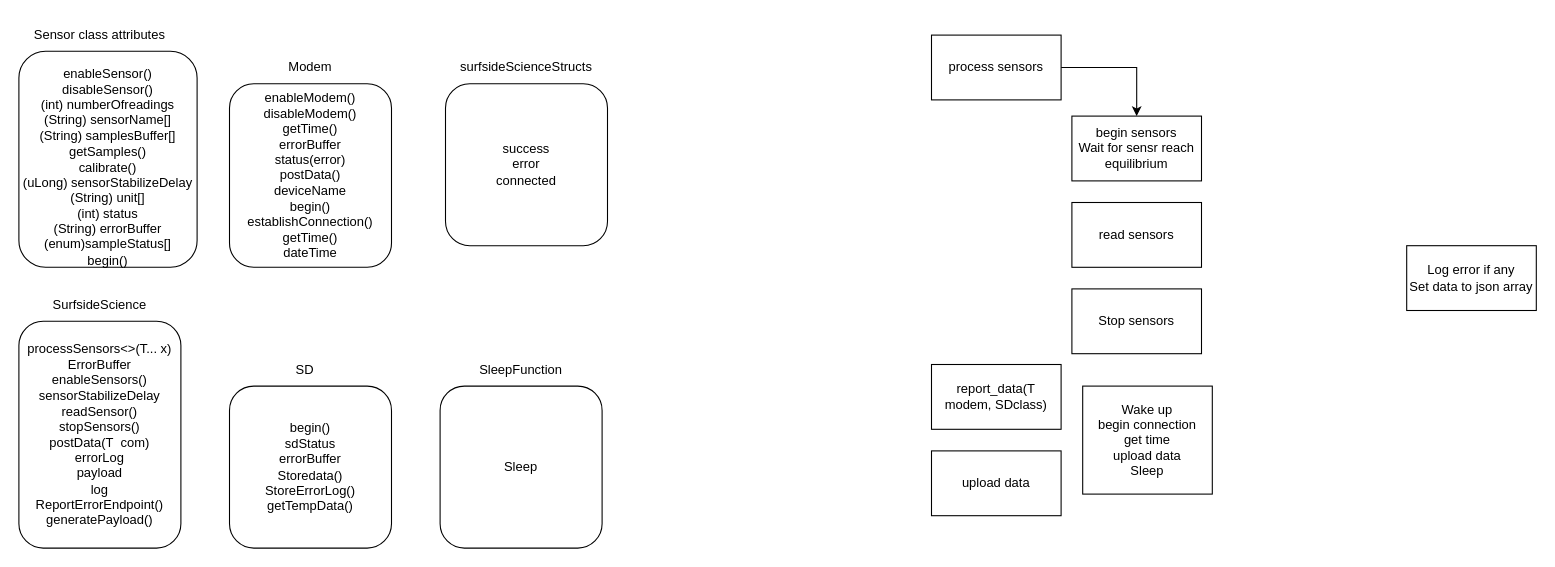
Before: page "template approach" (8 of 8) of docs/Software architecture.drawio in brenchies/SurfsideSensors, a draw.io diagram. Source tidied: cells renumbered, new cells numbered last; positions are measured from the earlier drawing's top-left corner, leaving out a move shared by most shapes. Both pictures are drawn from the tidied source at 108%, with x=0, y=0 at pixel (18, 18).
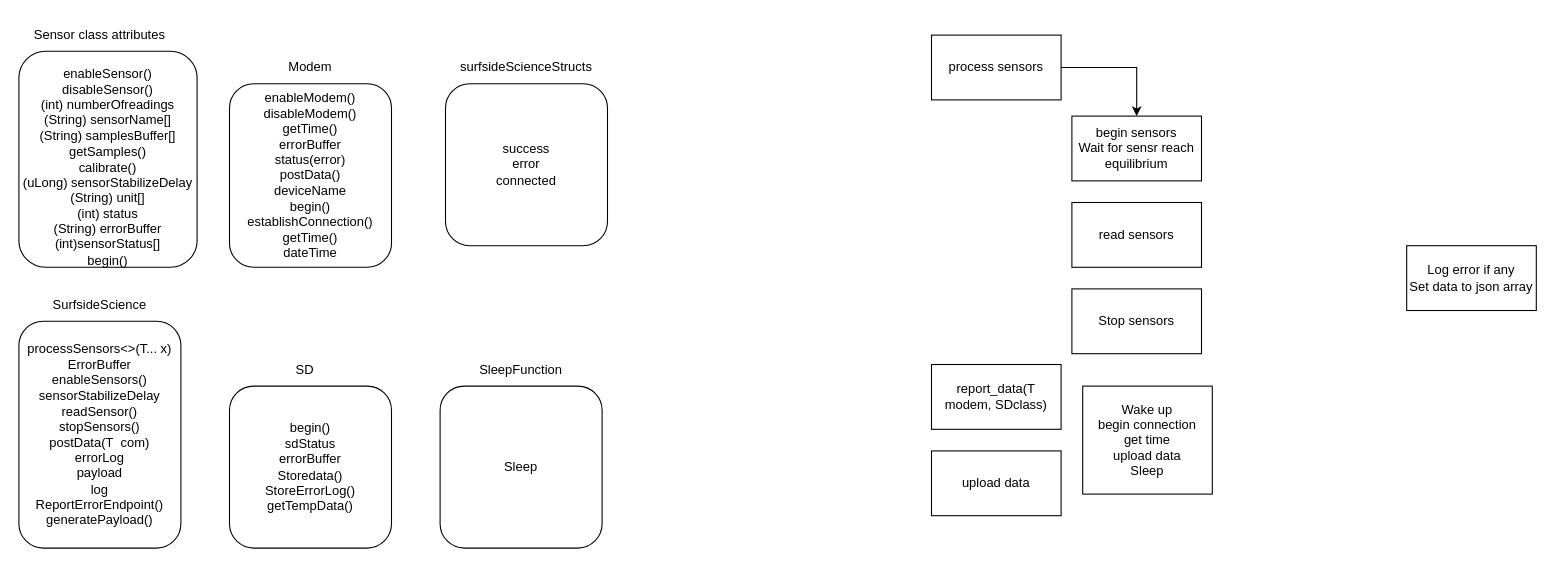
The same page after the edit.

What changed in the source:
```diff
@@
-    <mxCell id="11" value="&lt;br&gt;enableSensor()&lt;br&gt;disableSensor()&lt;br&gt;(int) numberOfreadings&lt;br&gt;(String) sensorName[]&lt;br&gt;(String) samplesBuffer[]&lt;br&gt;getSamples()&lt;br&gt;calibrate()&lt;br&gt;(uLong) sensorStabilizeDelay&lt;br&gt;(String) unit[]&lt;br&gt;(int) status&lt;br&gt;(String) errorBuffer&lt;br&gt;(enum)sampleStatus[]&lt;br&gt;begin()" style="rounded=1;whiteSpace=wrap;html=1;" parent="1" vertex="1">
+    <mxCell id="11" value="&lt;br&gt;enableSensor()&lt;br&gt;disableSensor()&lt;br&gt;(int) numberOfreadings&lt;br&gt;(String) sensorName[]&lt;br&gt;(String) samplesBuffer[]&lt;br&gt;getSamples()&lt;br&gt;calibrate()&lt;br&gt;(uLong) sensorStabilizeDelay&lt;br&gt;(String) unit[]&lt;br&gt;(int) status&lt;br&gt;(String) errorBuffer&lt;br&gt;(int)sensorStatus[]&lt;br&gt;begin()" style="rounded=1;whiteSpace=wrap;html=1;" parent="1" vertex="1">
       <mxGeometry y="30" width="165" height="200" as="geometry" />
     </mxCell>
```
